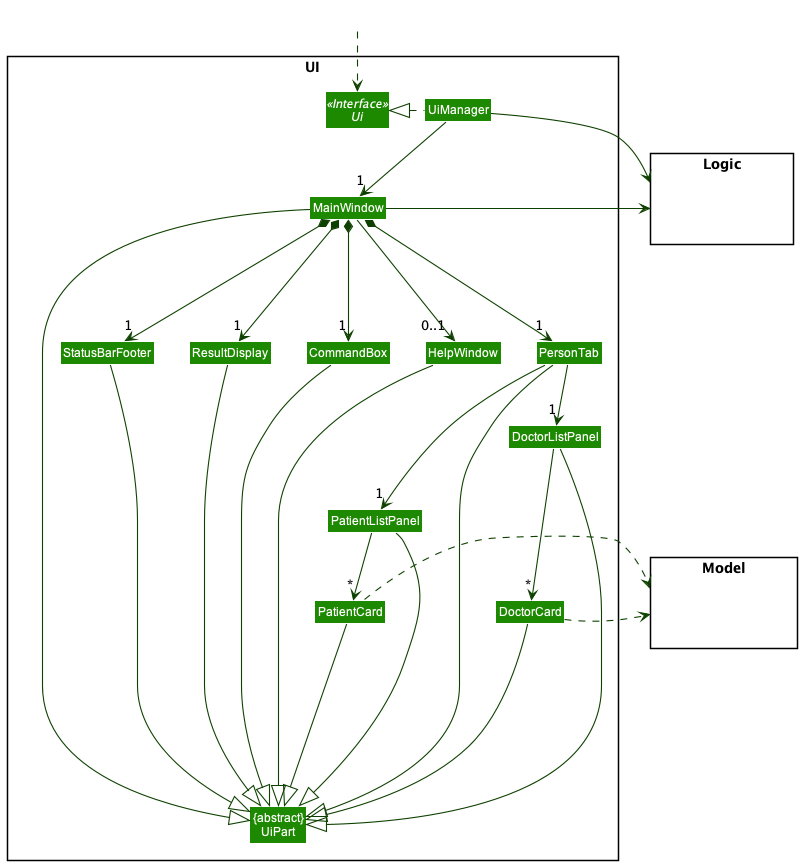
Above: docs/images/UiClassDiagram.png in nus-cs2103-AY2122S1/tp (PlantUML), before the change.
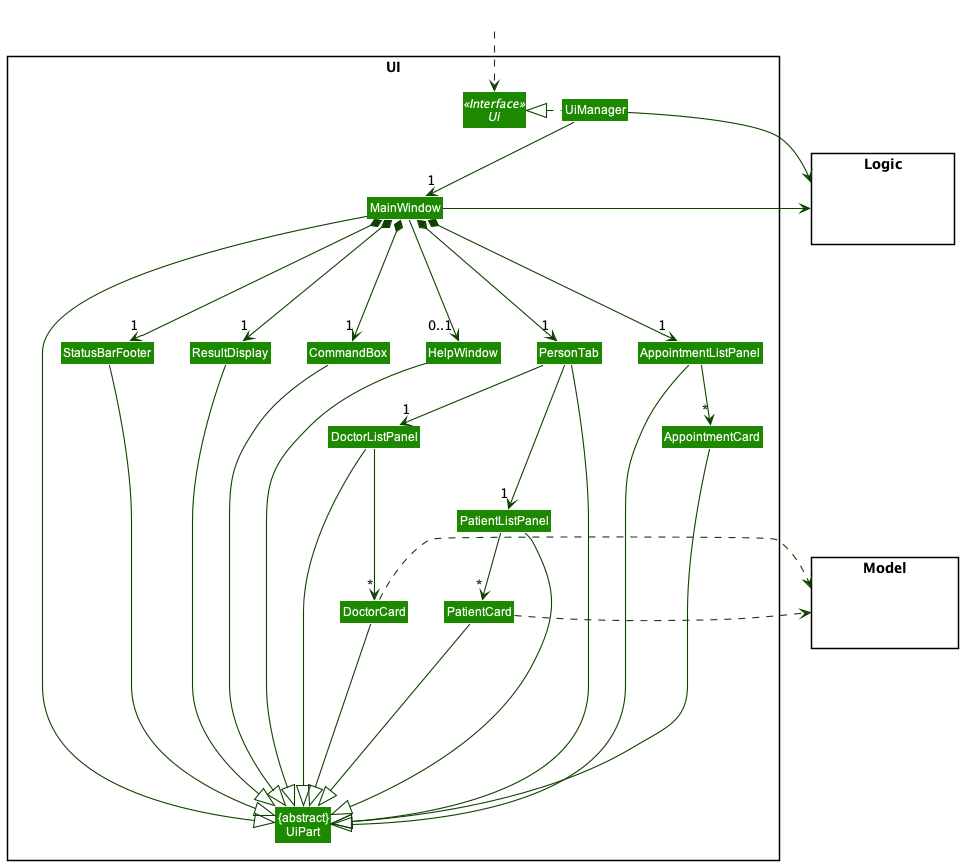
The same diagram one commit later.

What changed in the source:
```diff
@@ -18,6 +18,8 @@
 Class PatientCard
 Class StatusBarFooter
 Class CommandBox
+Class AppointmentListPanel
+Class AppointmentCard
 }
 
 package Model <<Rectangle>> {
@@ -38,6 +40,9 @@
 MainWindow *-down--> "1" PersonTab
 MainWindow -down--> "0..1" HelpWindow
 MainWindow *-down--> "1" StatusBarFooter
+MainWindow *-down--> "1" AppointmentListPanel
+
+AppointmentListPanel -down-> "*" AppointmentCard
 
 PersonTab -down-> "1" DoctorListPanel
 PersonTab -down-> "1" PatientListPanel
@@ -56,6 +61,8 @@
 DoctorCard ----|> UiPart
 StatusBarFooter ----|> UiPart
 HelpWindow -down---|> UiPart
+AppointmentListPanel ----|> UiPart
+AppointmentCard ------|> UiPart
 
 PatientCard .> Model
 DoctorCard .> Model
```
